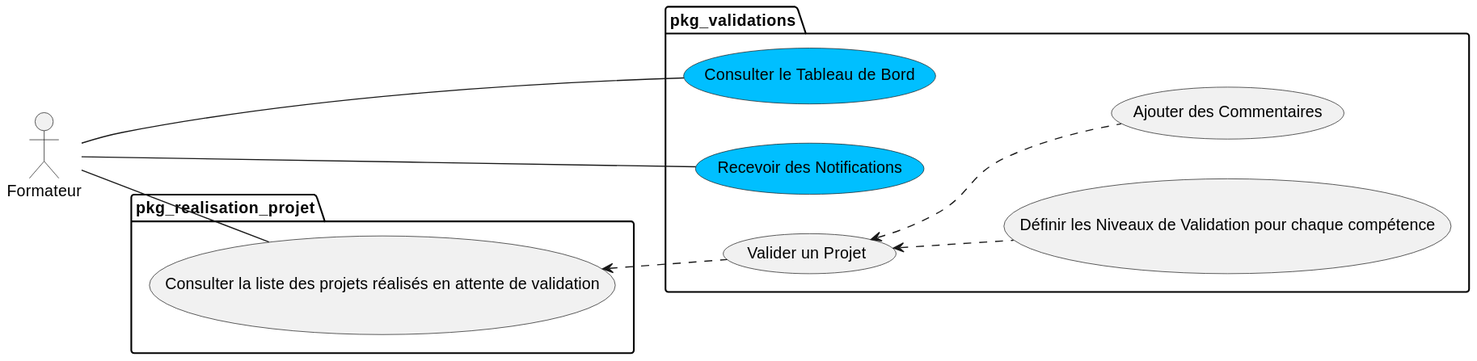
Earlier version of the PlantUML export docs/diagrammes/pkg_validations/uses_cases_pkg_validations/uses_cases_pkg_validations.svg (solicoders/soli-lms).
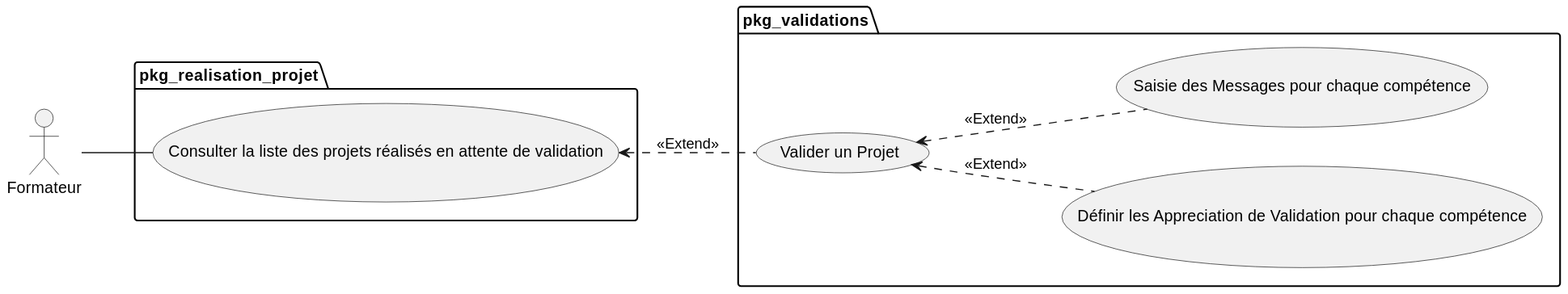
After the commit.

Change to the diagram source:
```diff
@@ -5,25 +5,17 @@
 
 
 package pkg_validations {
- (Consulter le Tableau de Bord)  #DeepSkyblue
- (Recevoir des Notifications)    #DeepSkyblue
 
 
-
-  Formateur -- (Consulter le Tableau de Bord)/
-  Formateur -- (Recevoir des Notifications)/
-
-  (Valider un Projet) <.. (Définir les Niveaux de Validation pour chaque compétence)
-  (Valider un Projet) <.. (Ajouter des Commentaires)
-
-
+  (Valider un Projet) <.. (Définir les Appreciation de Validation pour chaque compétence):<<Extend>>
+  (Valider un Projet) <.. (Saisie des Messages pour chaque compétence):<<Extend>>
 }
 
 
 package pkg_realisation_projet{
 
    Formateur -- (Consulter la liste des projets réalisés en attente de validation)
-   (Consulter la liste des projets réalisés en attente de validation) <.. (Valider un Projet)
+   (Consulter la liste des projets réalisés en attente de validation) <.. (Valider un Projet):<<Extend>>
 
 }
 @enduml
```
